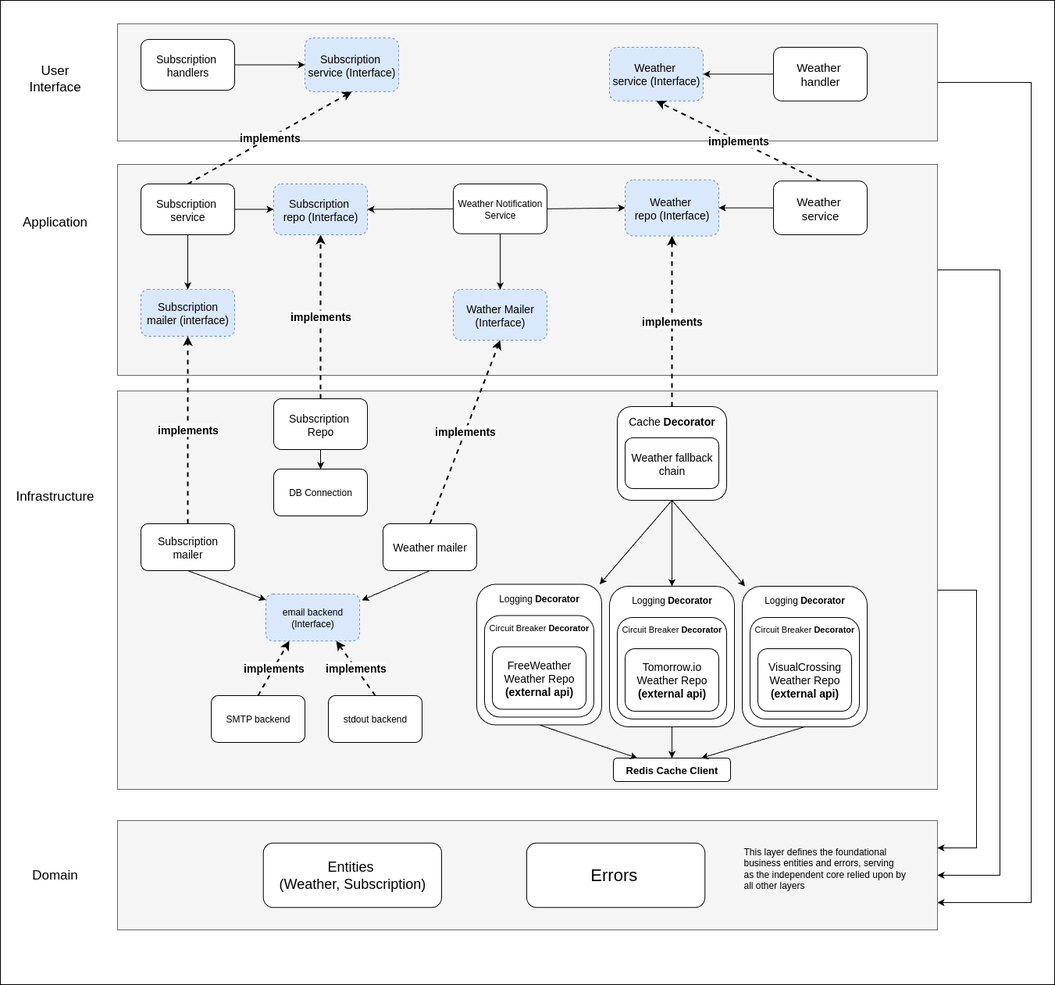
This is docs/sdd/application-architecture.png from GenesisEducationKyiv/software-engineering-school-5-0-velosypedno, a draw.io export, as it was before one commit. Source tidied: cells renumbered, new cells last; positions are measured from the earlier drawing's top-left corner, leaving out a move shared by most shapes.
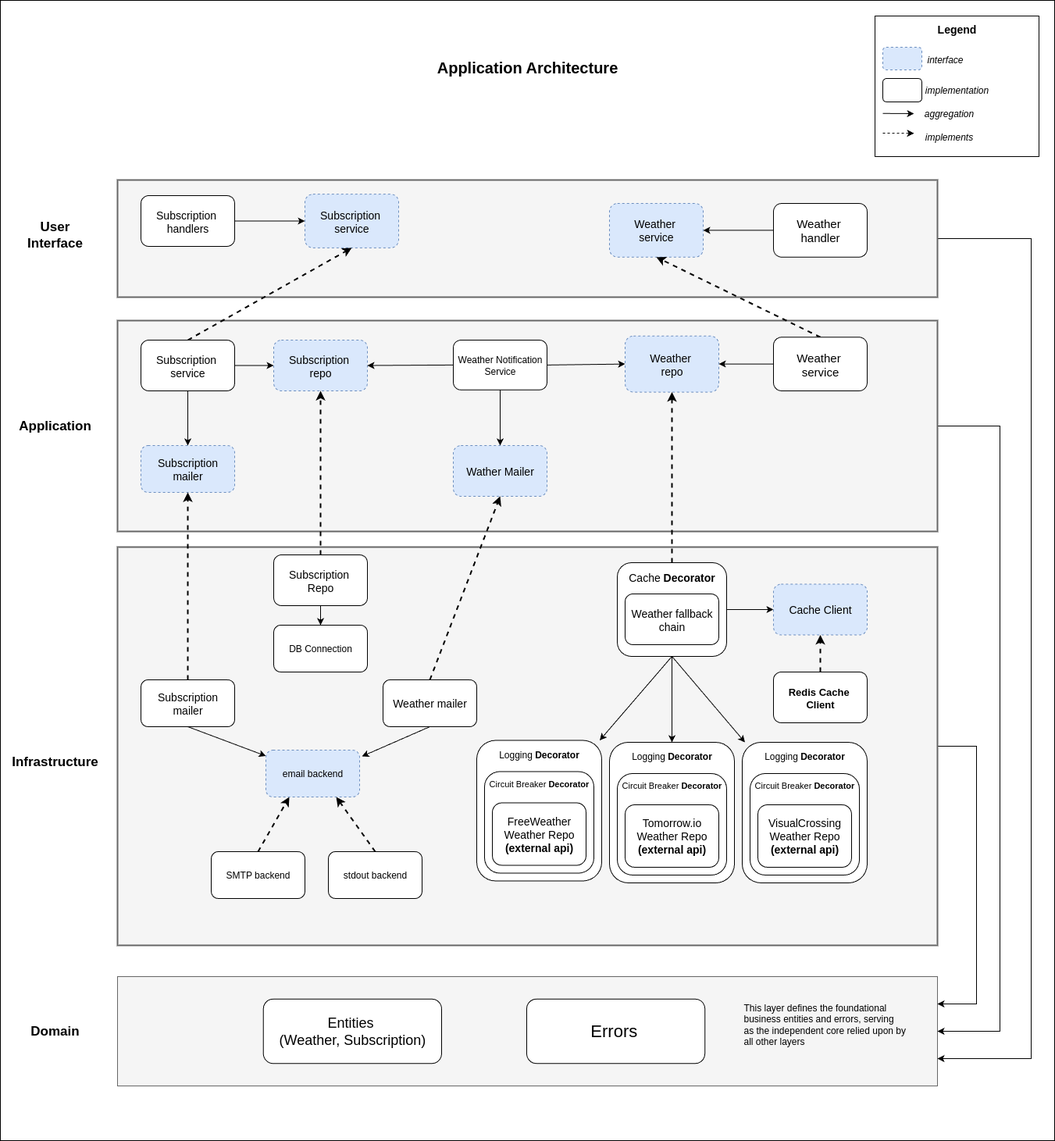
Later version of the same file.

Commit message:
fix: edit application architecture diagram

Change to the diagram source:
```diff
@@ -5,3 +5,3 @@
     <mxCell id="2" style="rounded=0;whiteSpace=wrap;html=1;" parent="1" vertex="1">
-      <mxGeometry width="1350" height="1260" as="geometry" />
+      <mxGeometry y="-200" width="1350" height="1460" as="geometry" />
     </mxCell>
@@ -15,3 +15,3 @@
     </mxCell>
-    <mxCell id="4" style="rounded=0;whiteSpace=wrap;html=1;fillColor=#f5f5f5;strokeColor=#666666;fontColor=#333333;" parent="1" vertex="1">
+    <mxCell id="4" style="rounded=0;whiteSpace=wrap;html=1;fillColor=#f5f5f5;strokeColor=#666666;fontColor=#333333;strokeWidth=2;" parent="1" vertex="1">
       <mxGeometry x="150" y="30" width="1050" height="150" as="geometry" />
@@ -30,9 +30,9 @@
     </mxCell>
-    <mxCell id="9" value="&lt;font style=&quot;font-size: 17px;&quot;&gt;User Interface&lt;/font&gt;" style="text;html=1;align=center;verticalAlign=middle;whiteSpace=wrap;rounded=0;" parent="1" vertex="1">
+    <mxCell id="9" value="&lt;font style=&quot;font-size: 17px;&quot;&gt;User Interface&lt;/font&gt;" style="text;html=1;align=center;verticalAlign=middle;whiteSpace=wrap;rounded=0;fontStyle=1;" parent="1" vertex="1">
       <mxGeometry x="40" y="85" width="60" height="30" as="geometry" />
     </mxCell>
-    <mxCell id="10" value="&lt;font style=&quot;font-size: 14px;&quot;&gt;Subscription&amp;nbsp;&lt;/font&gt;&lt;div&gt;&lt;font style=&quot;font-size: 14px;&quot;&gt;service (Interface)&lt;/font&gt;&lt;/div&gt;" style="rounded=1;whiteSpace=wrap;html=1;dashed=1;fillColor=#dae8fc;strokeColor=#6c8ebf;" parent="1" vertex="1">
+    <mxCell id="10" value="&lt;font style=&quot;font-size: 14px;&quot;&gt;Subscription&amp;nbsp;&lt;/font&gt;&lt;div&gt;&lt;font style=&quot;font-size: 14px;&quot;&gt;service&lt;/font&gt;&lt;/div&gt;" style="rounded=1;whiteSpace=wrap;html=1;dashed=1;fillColor=#dae8fc;strokeColor=#6c8ebf;" parent="1" vertex="1">
       <mxGeometry x="390" y="48.1" width="120" height="68.8" as="geometry" />
     </mxCell>
-    <mxCell id="11" value="&lt;span style=&quot;font-size: 14px;&quot;&gt;Weather&amp;nbsp;&lt;/span&gt;&lt;div&gt;&lt;span style=&quot;font-size: 14px;&quot;&gt;service (Interface)&lt;/span&gt;&lt;/div&gt;" style="rounded=1;whiteSpace=wrap;html=1;dashed=1;fillColor=#dae8fc;strokeColor=#6c8ebf;" parent="1" vertex="1">
+    <mxCell id="11" value="&lt;span style=&quot;font-size: 14px;&quot;&gt;Weather&amp;nbsp;&lt;/span&gt;&lt;div&gt;&lt;span style=&quot;font-size: 14px;&quot;&gt;service&lt;/span&gt;&lt;/div&gt;" style="rounded=1;whiteSpace=wrap;html=1;dashed=1;fillColor=#dae8fc;strokeColor=#6c8ebf;" parent="1" vertex="1">
       <mxGeometry x="780" y="60" width="120" height="68.8" as="geometry" />
@@ -47,6 +47,6 @@
     </mxCell>
-    <mxCell id="13" style="rounded=0;whiteSpace=wrap;html=1;fillColor=#f5f5f5;strokeColor=#666666;fontColor=#333333;" parent="1" vertex="1">
+    <mxCell id="13" style="rounded=0;whiteSpace=wrap;html=1;fillColor=#f5f5f5;strokeColor=#666666;fontColor=#333333;strokeWidth=2;" parent="1" vertex="1">
       <mxGeometry x="150" y="210" width="1050" height="270" as="geometry" />
     </mxCell>
-    <mxCell id="14" value="&lt;font style=&quot;font-size: 14px;&quot;&gt;&lt;b style=&quot;&quot;&gt;implements&lt;/b&gt;&lt;/font&gt;" style="rounded=0;jettySize=auto;html=1;exitX=0.5;exitY=0;exitDx=0;exitDy=0;entryX=0.5;entryY=1;entryDx=0;entryDy=0;dashed=1;strokeWidth=2;" parent="1" edge="1" source="17" target="10">
+    <mxCell id="14" style="rounded=0;jettySize=auto;html=1;exitX=0.5;exitY=0;exitDx=0;exitDy=0;entryX=0.5;entryY=1;entryDx=0;entryDy=0;dashed=1;strokeWidth=2;" parent="1" edge="1" source="17" target="10">
       <mxGeometry relative="1" as="geometry" />
@@ -62,3 +62,3 @@
     </mxCell>
-    <mxCell id="18" value="&lt;font style=&quot;font-size: 14px;&quot;&gt;&lt;b&gt;implements&lt;/b&gt;&lt;/font&gt;" style="rounded=0;jettySize=auto;html=1;exitX=0.5;exitY=0;exitDx=0;exitDy=0;entryX=0.5;entryY=1;entryDx=0;entryDy=0;dashed=1;strokeWidth=2;" parent="1" edge="1" source="20" target="11">
+    <mxCell id="18" style="rounded=0;jettySize=auto;html=1;exitX=0.5;exitY=0;exitDx=0;exitDy=0;entryX=0.5;entryY=1;entryDx=0;entryDy=0;dashed=1;strokeWidth=2;" parent="1" edge="1" source="20" target="11">
       <mxGeometry relative="1" as="geometry" />
@@ -71,10 +71,10 @@
     </mxCell>
-    <mxCell id="21" value="&lt;font style=&quot;font-size: 14px;&quot;&gt;Subscription&amp;nbsp;&lt;/font&gt;&lt;div&gt;&lt;font style=&quot;font-size: 14px;&quot;&gt;repo (Interface)&lt;/font&gt;&lt;/div&gt;" style="rounded=1;whiteSpace=wrap;html=1;dashed=1;fillColor=#dae8fc;strokeColor=#6c8ebf;" parent="1" vertex="1">
+    <mxCell id="21" value="&lt;font style=&quot;font-size: 14px;&quot;&gt;Subscription&amp;nbsp;&lt;/font&gt;&lt;div&gt;&lt;font style=&quot;font-size: 14px;&quot;&gt;repo&lt;/font&gt;&lt;/div&gt;" style="rounded=1;whiteSpace=wrap;html=1;dashed=1;fillColor=#dae8fc;strokeColor=#6c8ebf;" parent="1" vertex="1">
       <mxGeometry x="350" y="235" width="120" height="65" as="geometry" />
     </mxCell>
-    <mxCell id="22" value="&lt;span style=&quot;font-size: 14px;&quot;&gt;Weather&amp;nbsp;&lt;/span&gt;&lt;div&gt;&lt;span style=&quot;font-size: 14px;&quot;&gt;repo (Interface)&lt;/span&gt;&lt;/div&gt;" style="rounded=1;whiteSpace=wrap;html=1;dashed=1;fillColor=#dae8fc;strokeColor=#6c8ebf;" parent="1" vertex="1">
+    <mxCell id="22" value="&lt;span style=&quot;font-size: 14px;&quot;&gt;Weather&amp;nbsp;&lt;/span&gt;&lt;div&gt;&lt;span style=&quot;font-size: 14px;&quot;&gt;repo&lt;/span&gt;&lt;/div&gt;" style="rounded=1;whiteSpace=wrap;html=1;dashed=1;fillColor=#dae8fc;strokeColor=#6c8ebf;" parent="1" vertex="1">
       <mxGeometry x="800" y="229.7" width="120" height="71.9" as="geometry" />
     </mxCell>
-    <mxCell id="23" value="&lt;font style=&quot;font-size: 17px;&quot;&gt;Application&lt;/font&gt;" style="text;html=1;align=center;verticalAlign=middle;whiteSpace=wrap;rounded=0;" parent="1" vertex="1">
-      <mxGeometry x="20" y="268.8" width="100" height="30" as="geometry" />
+    <mxCell id="23" value="&lt;font style=&quot;font-size: 17px;&quot;&gt;Application&lt;/font&gt;" style="text;html=1;align=center;verticalAlign=middle;whiteSpace=wrap;rounded=0;fontStyle=1;" parent="1" vertex="1">
+      <mxGeometry x="20" y="330" width="100" height="30" as="geometry" />
     </mxCell>
@@ -88,6 +88,6 @@
     </mxCell>
-    <mxCell id="25" style="rounded=0;whiteSpace=wrap;html=1;fillColor=#f5f5f5;strokeColor=#666666;fontColor=#333333;" parent="1" vertex="1">
+    <mxCell id="25" style="rounded=0;whiteSpace=wrap;html=1;fillColor=#f5f5f5;strokeColor=#666666;fontColor=#333333;strokeWidth=2;" parent="1" vertex="1">
       <mxGeometry x="150" y="500" width="1050" height="510" as="geometry" />
     </mxCell>
-    <mxCell id="26" style="group;" parent="1" vertex="1">
+    <mxCell id="26" style="group;strokeWidth=2;" parent="1" vertex="1">
       <mxGeometry x="150" y="1050" width="1050" height="140" as="geometry" />
@@ -106,3 +106,3 @@
     </mxCell>
-    <mxCell id="31" value="&lt;font style=&quot;font-size: 14px;&quot;&gt;&lt;b&gt;implements&lt;/b&gt;&lt;/font&gt;" style="rounded=0;jettySize=auto;html=1;exitX=0.5;exitY=0;exitDx=0;exitDy=0;dashed=1;strokeWidth=2;entryX=0.5;entryY=1;entryDx=0;entryDy=0;" parent="1" edge="1" source="33" target="21">
+    <mxCell id="31" style="rounded=0;jettySize=auto;html=1;exitX=0.5;exitY=0;exitDx=0;exitDy=0;dashed=1;strokeWidth=2;entryX=0.5;entryY=1;entryDx=0;entryDy=0;" parent="1" edge="1" source="33" target="21">
       <mxGeometry relative="1" as="geometry" />
@@ -118,4 +118,4 @@
     </mxCell>
-    <mxCell id="35" value="&lt;font style=&quot;font-size: 17px;&quot;&gt;Infrastructure&lt;/font&gt;" style="text;html=1;align=center;verticalAlign=middle;whiteSpace=wrap;rounded=0;" parent="1" vertex="1">
-      <mxGeometry x="20" y="620" width="100" height="30" as="geometry" />
+    <mxCell id="35" value="&lt;font style=&quot;font-size: 17px;&quot;&gt;Infrastructure&lt;/font&gt;" style="text;html=1;align=center;verticalAlign=middle;whiteSpace=wrap;rounded=0;fontStyle=1;" parent="1" vertex="1">
+      <mxGeometry x="20" y="760" width="100" height="30" as="geometry" />
     </mxCell>
@@ -184,12 +184,12 @@
     </mxCell>
-    <mxCell id="57" value="&lt;font style=&quot;font-size: 14px;&quot;&gt;&lt;b&gt;i&lt;/b&gt;&lt;/font&gt;&lt;b&gt;&lt;font style=&quot;font-size: 14px;&quot;&gt;mplements&lt;/font&gt;&lt;/b&gt;" style="rounded=0;jettySize=auto;html=1;exitX=0.5;exitY=0;exitDx=0;exitDy=0;dashed=1;strokeWidth=2;" parent="1" edge="1" source="52" target="22">
+    <mxCell id="57" style="rounded=0;jettySize=auto;html=1;exitX=0.5;exitY=0;exitDx=0;exitDy=0;dashed=1;strokeWidth=2;" parent="1" edge="1" source="52" target="22">
       <mxGeometry relative="1" as="geometry" />
     </mxCell>
-    <mxCell id="58" value="&lt;font style=&quot;font-size: 17px;&quot;&gt;Domain&lt;/font&gt;" style="text;html=1;align=center;verticalAlign=middle;whiteSpace=wrap;rounded=0;" parent="1" vertex="1">
+    <mxCell id="58" value="&lt;font style=&quot;font-size: 17px;&quot;&gt;Domain&lt;/font&gt;" style="text;html=1;align=center;verticalAlign=middle;whiteSpace=wrap;rounded=0;fontStyle=1;" parent="1" vertex="1">
       <mxGeometry x="20" y="1105" width="100" height="30" as="geometry" />
     </mxCell>
-    <mxCell id="59" value="&lt;font style=&quot;font-size: 14px;&quot;&gt;Subscription&lt;/font&gt;&lt;div&gt;&lt;font style=&quot;font-size: 14px;&quot;&gt;mailer (interface)&lt;/font&gt;&lt;/div&gt;" style="rounded=1;whiteSpace=wrap;html=1;fillColor=#dae8fc;strokeColor=#6c8ebf;dashed=1;" parent="1" vertex="1">
+    <mxCell id="59" value="&lt;font style=&quot;font-size: 14px;&quot;&gt;Subscription&lt;/font&gt;&lt;div&gt;&lt;font style=&quot;font-size: 14px;&quot;&gt;mailer&lt;/font&gt;&lt;/div&gt;" style="rounded=1;whiteSpace=wrap;html=1;fillColor=#dae8fc;strokeColor=#6c8ebf;dashed=1;" parent="1" vertex="1">
       <mxGeometry x="180" y="370" width="120" height="60" as="geometry" />
     </mxCell>
-    <mxCell id="60" value="&lt;b&gt;&lt;font style=&quot;font-size: 14px;&quot;&gt;implements&lt;/font&gt;&lt;/b&gt;" style="edgeStyle=orthogonalEdgeStyle;rounded=0;jettySize=auto;html=1;exitX=0.5;exitY=0;exitDx=0;exitDy=0;dashed=1;strokeWidth=2;" parent="1" edge="1" source="62" target="59">
+    <mxCell id="60" style="edgeStyle=orthogonalEdgeStyle;rounded=0;jettySize=auto;html=1;exitX=0.5;exitY=0;exitDx=0;exitDy=0;dashed=1;strokeWidth=2;" parent="1" edge="1" source="62" target="59">
       <mxGeometry relative="1" as="geometry" />
@@ -202,3 +202,3 @@
     </mxCell>
-    <mxCell id="63" value="&lt;font style=&quot;font-size: 14px;&quot;&gt;&lt;b style=&quot;&quot;&gt;implements&lt;/b&gt;&lt;/font&gt;" style="rounded=0;jettySize=auto;html=1;exitX=0.5;exitY=0;exitDx=0;exitDy=0;entryX=0.25;entryY=1;entryDx=0;entryDy=0;dashed=1;strokeWidth=2;" parent="1" edge="1" source="64" target="65">
+    <mxCell id="63" style="rounded=0;jettySize=auto;html=1;exitX=0.5;exitY=0;exitDx=0;exitDy=0;entryX=0.25;entryY=1;entryDx=0;entryDy=0;dashed=1;strokeWidth=2;" parent="1" edge="1" source="64" target="65">
       <mxGeometry relative="1" as="geometry" />
@@ -208,6 +208,6 @@
     </mxCell>
-    <mxCell id="65" value="email backend&lt;div&gt;(Interface)&lt;/div&gt;" style="rounded=1;whiteSpace=wrap;html=1;fillColor=#dae8fc;strokeColor=#6c8ebf;dashed=1;" parent="1" vertex="1">
+    <mxCell id="65" value="email backend" style="rounded=1;whiteSpace=wrap;html=1;fillColor=#dae8fc;strokeColor=#6c8ebf;dashed=1;" parent="1" vertex="1">
       <mxGeometry x="340" y="760" width="120" height="60" as="geometry" />
     </mxCell>
-    <mxCell id="66" value="&lt;font style=&quot;font-size: 14px;&quot;&gt;&lt;b&gt;implements&lt;/b&gt;&lt;/font&gt;" style="rounded=0;jettySize=auto;html=1;exitX=0.5;exitY=0;exitDx=0;exitDy=0;entryX=0.75;entryY=1;entryDx=0;entryDy=0;dashed=1;strokeWidth=2;" parent="1" edge="1" source="67" target="65">
+    <mxCell id="66" style="rounded=0;jettySize=auto;html=1;exitX=0.5;exitY=0;exitDx=0;exitDy=0;entryX=0.75;entryY=1;entryDx=0;entryDy=0;dashed=1;strokeWidth=2;" parent="1" edge="1" source="67" target="65">
       <mxGeometry relative="1" as="geometry" />
@@ -229,6 +229,6 @@
     </mxCell>
-    <mxCell id="72" value="&lt;span style=&quot;font-size: 14px; background-color: transparent; color: light-dark(rgb(0, 0, 0), rgb(255, 255, 255));&quot;&gt;Wather Mailer (Interface)&lt;/span&gt;" style="rounded=1;whiteSpace=wrap;html=1;dashed=1;fillColor=#dae8fc;strokeColor=#6c8ebf;" parent="1" vertex="1">
+    <mxCell id="72" value="&lt;span style=&quot;font-size: 14px; background-color: transparent; color: light-dark(rgb(0, 0, 0), rgb(255, 255, 255));&quot;&gt;Wather Mailer&lt;/span&gt;" style="rounded=1;whiteSpace=wrap;html=1;dashed=1;fillColor=#dae8fc;strokeColor=#6c8ebf;" parent="1" vertex="1">
       <mxGeometry x="580" y="370" width="120" height="65" as="geometry" />
     </mxCell>
-    <mxCell id="73" value="&lt;b&gt;&lt;font style=&quot;font-size: 14px;&quot;&gt;implements&lt;/font&gt;&lt;/b&gt;" style="rounded=0;jettySize=auto;html=1;exitX=0.5;exitY=0;exitDx=0;exitDy=0;entryX=0.5;entryY=1;entryDx=0;entryDy=0;dashed=1;strokeWidth=2;" parent="1" edge="1" source="74" target="72">
+    <mxCell id="73" style="rounded=0;jettySize=auto;html=1;exitX=0.5;exitY=0;exitDx=0;exitDy=0;entryX=0.5;entryY=1;entryDx=0;entryDy=0;dashed=1;strokeWidth=2;" parent="1" edge="1" source="74" target="72">
       <mxGeometry relative="1" as="geometry" />
@@ -241,14 +241,56 @@
     </mxCell>
+    <mxCell id="80" style="edgeStyle=orthogonalEdgeStyle;rounded=0;jettySize=auto;html=1;exitX=0.5;exitY=0;exitDx=0;exitDy=0;entryX=0.5;entryY=1;entryDx=0;entryDy=0;dashed=1;strokeWidth=2;" parent="1" edge="1" source="76" target="82">
+      <mxGeometry relative="1" as="geometry" />
+    </mxCell>
-    <mxCell id="76" value="&lt;font style=&quot;font-size: 13px;&quot;&gt;&lt;b&gt;Redis Cache Client&lt;/b&gt;&lt;/font&gt;" style="rounded=1;whiteSpace=wrap;html=1;" parent="1" vertex="1">
-      <mxGeometry x="785" y="970" width="150" height="30" as="geometry" />
+    <mxCell id="76" value="&lt;font style=&quot;font-size: 13px;&quot;&gt;&lt;b&gt;Redis Cache&amp;nbsp;&lt;/b&gt;&lt;/font&gt;&lt;div&gt;&lt;font style=&quot;font-size: 13px;&quot;&gt;&lt;b&gt;Client&lt;/b&gt;&lt;/font&gt;&lt;/div&gt;" style="rounded=1;whiteSpace=wrap;html=1;" parent="1" vertex="1">
+      <mxGeometry x="990" y="660" width="120" height="65" as="geometry" />
     </mxCell>
-    <mxCell id="77" style="rounded=0;jettySize=auto;html=1;exitX=0.5;exitY=1;exitDx=0;exitDy=0;" parent="1" edge="1" source="47" target="76">
-      <mxGeometry relative="1" as="geometry" />
-    </mxCell>
-    <mxCell id="78" style="rounded=0;jettySize=auto;html=1;exitX=0.5;exitY=1;exitDx=0;exitDy=0;entryX=0.75;entryY=0;entryDx=0;entryDy=0;" parent="1" edge="1" source="37" target="76">
-      <mxGeometry relative="1" as="geometry" />
-    </mxCell>
-    <mxCell id="79" style="edgeStyle=orthogonalEdgeStyle;rounded=0;jettySize=auto;html=1;exitX=0.5;exitY=1;exitDx=0;exitDy=0;entryX=0.5;entryY=0;entryDx=0;entryDy=0;" parent="1" edge="1" source="42" target="76">
-      <mxGeometry relative="1" as="geometry" />
-    </mxCell>
+    <mxCell id="81" value="&lt;font style=&quot;font-size: 20px;&quot;&gt;&lt;b style=&quot;&quot;&gt;Application Architecture&lt;/b&gt;&lt;/font&gt;" style="text;html=1;align=center;verticalAlign=middle;whiteSpace=wrap;rounded=0;" parent="1" vertex="1">
+      <mxGeometry x="435" y="-150" width="480" height="70" as="geometry" />
+    </mxCell>
+    <mxCell id="82" value="&lt;span style=&quot;font-size: 14px;&quot;&gt;Cache Client&lt;/span&gt;" style="rounded=1;whiteSpace=wrap;html=1;dashed=1;fillColor=#dae8fc;strokeColor=#6c8ebf;" parent="1" vertex="1">
+      <mxGeometry x="990" y="547.5" width="120" height="65" as="geometry" />
+    </mxCell>
+    <mxCell id="83" style="edgeStyle=orthogonalEdgeStyle;rounded=0;jettySize=auto;html=1;exitX=1;exitY=0.5;exitDx=0;exitDy=0;entryX=0;entryY=0.5;entryDx=0;entryDy=0;" parent="1" edge="1" source="52" target="82">
+      <mxGeometry relative="1" as="geometry" />
+    </mxCell>
+    <mxCell id="84" style="group;" parent="1" vertex="1">
+      <mxGeometry x="1120" y="-180" width="210" height="180" as="geometry" />
+    </mxCell>
+    <mxCell id="85" style="rounded=0;whiteSpace=wrap;html=1;" parent="84" vertex="1">
+      <mxGeometry width="210" height="180" as="geometry" />
+    </mxCell>
+    <mxCell id="86" value="&lt;font style=&quot;font-size: 14px;&quot;&gt;&lt;b&gt;Legend&lt;/b&gt;&lt;/font&gt;" style="text;html=1;align=center;verticalAlign=middle;whiteSpace=wrap;rounded=0;" parent="84" vertex="1">
+      <mxGeometry x="75" width="60" height="34.3" as="geometry" />
+    </mxCell>
+    <mxCell id="87" style="rounded=1;whiteSpace=wrap;html=1;fillColor=#dae8fc;strokeColor=#6c8ebf;dashed=1;" parent="84" vertex="1">
+      <mxGeometry x="10" y="40" width="50" height="28.9" as="geometry" />
+    </mxCell>
+    <mxCell id="88" value="&lt;i&gt;interface&lt;/i&gt;" style="text;html=1;align=center;verticalAlign=middle;whiteSpace=wrap;rounded=0;" parent="84" vertex="1">
+      <mxGeometry x="60" y="40" width="60" height="32" as="geometry" />
+    </mxCell>
+    <mxCell id="89" style="rounded=1;whiteSpace=wrap;html=1;" parent="84" vertex="1">
+      <mxGeometry x="10" y="80" width="50" height="30" as="geometry" />
+    </mxCell>
+    <mxCell id="90" value="&lt;i&gt;implementation&lt;/i&gt;" style="text;html=1;align=center;verticalAlign=middle;whiteSpace=wrap;rounded=0;" parent="84" vertex="1">
+      <mxGeometry x="60" y="80" width="90" height="30" as="geometry" />
+    </mxCell>
+    <mxCell id="91" style="endArrow=classic;html=1;rounded=0;" parent="84" edge="1">
+      <mxGeometry relative="1" as="geometry">
+        <mxPoint x="10" y="124.8" as="sourcePoint" />
+        <mxPoint x="50" y="125" as="targetPoint" />
+      </mxGeometry>
+    </mxCell>
+    <mxCell id="92" value="&lt;i&gt;aggregation&lt;/i&gt;" style="text;html=1;align=center;verticalAlign=middle;whiteSpace=wrap;rounded=0;" parent="84" vertex="1">
+      <mxGeometry x="60" y="110" width="70" height="30" as="geometry" />
+    </mxCell>
+    <mxCell id="93" style="endArrow=classic;html=1;rounded=0;dashed=1;" parent="84" edge="1">
+      <mxGeometry relative="1" as="geometry">
+        <mxPoint x="10" y="150" as="sourcePoint" />
+        <mxPoint x="50" y="150.2" as="targetPoint" />
+      </mxGeometry>
+    </mxCell>
+    <mxCell id="94" value="&lt;i&gt;implements&lt;/i&gt;" style="text;html=1;align=center;verticalAlign=middle;whiteSpace=wrap;rounded=0;" parent="84" vertex="1">
+      <mxGeometry x="60" y="140" width="70" height="30" as="geometry" />
+    </mxCell>
   </root>
```
